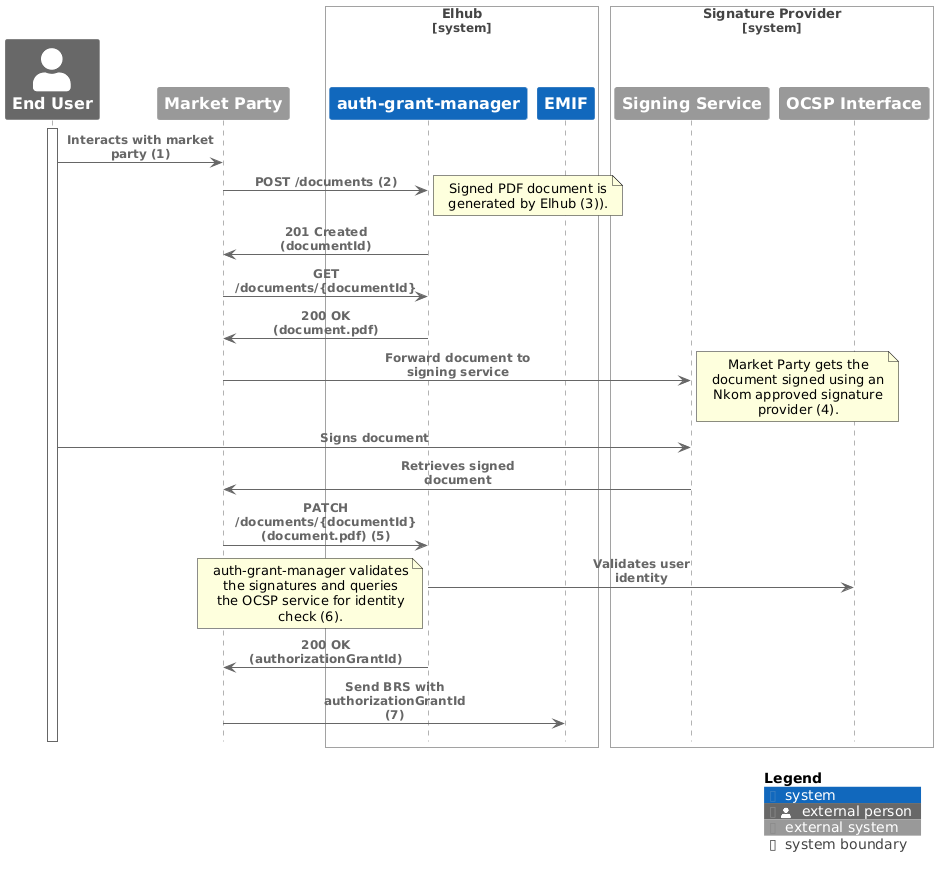
elhub/auth-grant-manager keeps this PlantUML diagram as docs/assets/document-flow.png. Above is the earlier version.
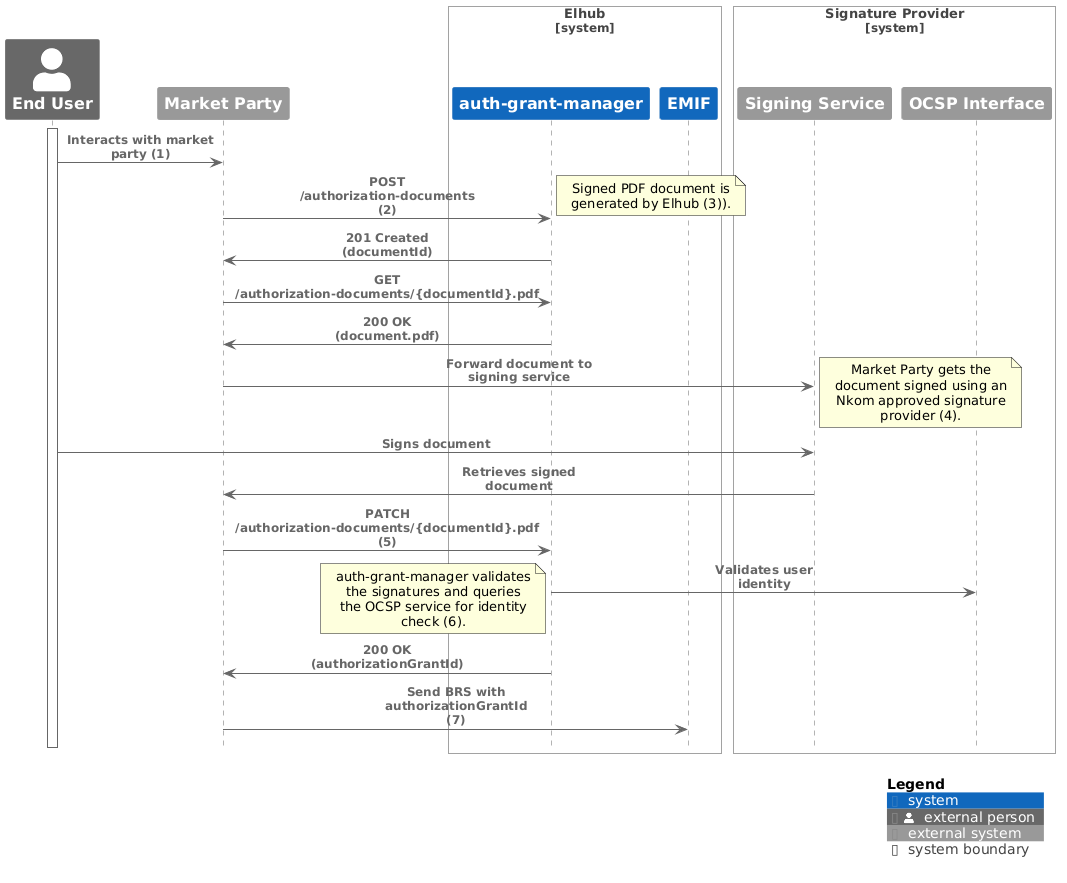
Later version of the same file.

Change to the diagram source:
```diff
@@ -16,12 +16,12 @@
 
 activate EndUser
 Rel(EndUser, MarketParty, "Interacts with market party (1)")
-Rel(MarketParty, GrantManager, "POST /documents (2)")
+Rel(MarketParty, GrantManager, "POST /authorization-documents (2)")
 note right
 Signed PDF document is generated by Elhub (3)).
 end note
 Rel(GrantManager, MarketParty, "201 Created (documentId)")
-Rel(MarketParty, GrantManager, "GET /documents/{documentId}")
+Rel(MarketParty, GrantManager, "GET /authorization-documents/{documentId}.pdf")
 Rel(GrantManager, MarketParty, "200 OK (document.pdf)")
 
 Rel(MarketParty, SigningService, "Forward document to signing service")
@@ -31,7 +31,7 @@
 Rel(EndUser, SigningService, "Signs document")
 Rel(SigningService, MarketParty, "Retrieves signed document")
 
-Rel(MarketParty, GrantManager, "PATCH /documents/{documentId} (document.pdf) (5)")
+Rel(MarketParty, GrantManager, "PATCH /authorization-documents/{documentId}.pdf (5)")
 Rel(GrantManager, SigningOCSP, "Validates user identity")
 note left
 auth-grant-manager validates the signatures and queries the OCSP service for identity check (6).
```
